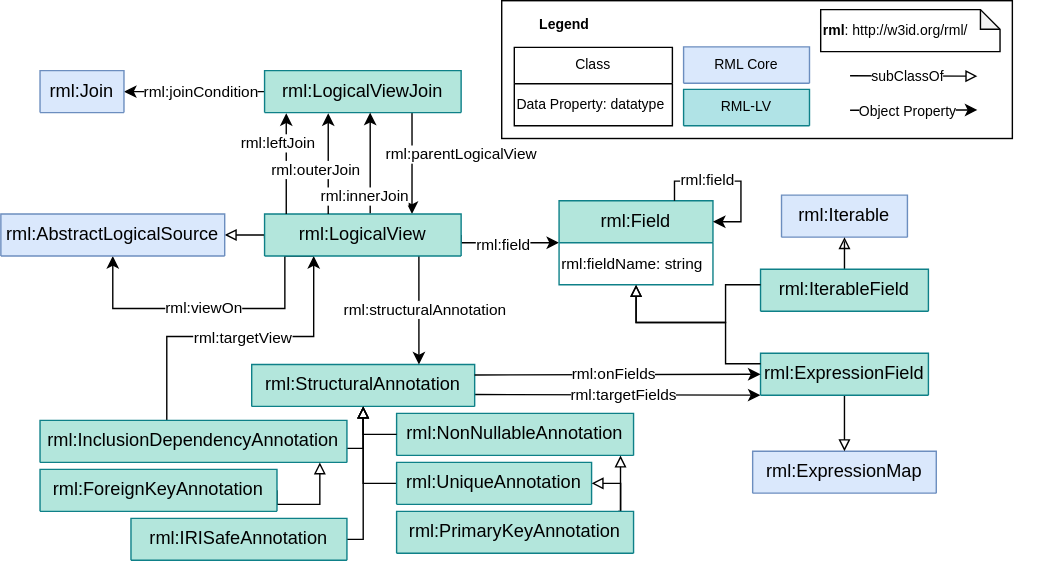
Above: ontology/rml-lv_diagram.svg in kg-construct/rml-lv (draw.io), before the change. Source tidied: cells renumbered, new cells last; positions are measured from the earlier drawing's top-left corner, leaving out a move shared by most shapes.
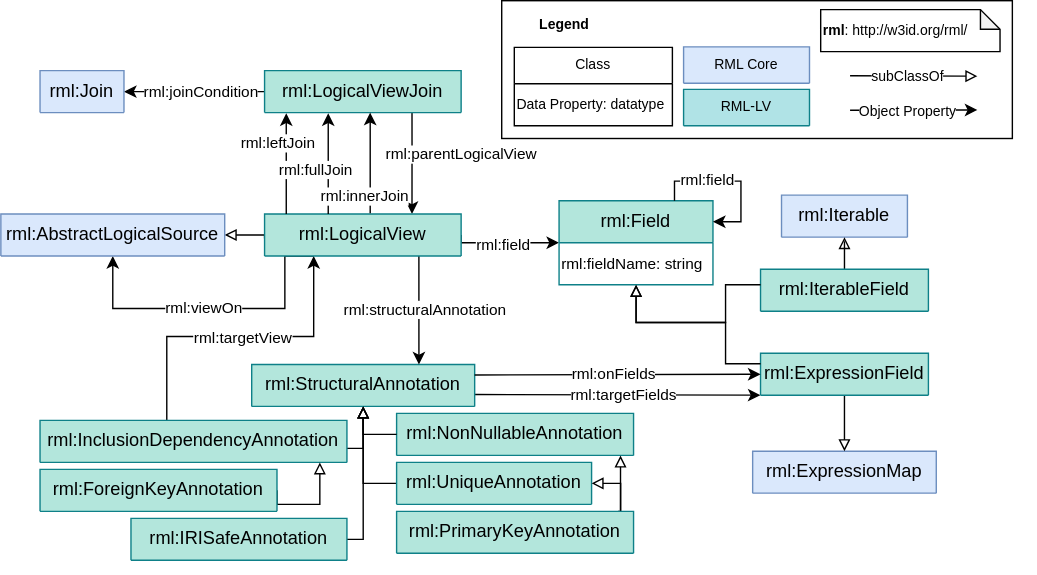
After the commit.

What changed in the source:
```diff
@@ -315,7 +315,7 @@
         <mxPoint x="234" y="80.5" as="targetPoint" />
       </mxGeometry>
     </mxCell>
-    <mxCell id="64" value="rml:outerJoin" style="edgeLabel;html=1;align=center;verticalAlign=middle;" parent="63" vertex="1">
+    <mxCell id="64" value="rml:fullJoin" style="edgeLabel;html=1;align=center;verticalAlign=middle;" parent="63" vertex="1">
       <mxGeometry x="-0.08" relative="1" as="geometry">
         <mxPoint x="-10" y="1" as="offset" />
       </mxGeometry>
```
